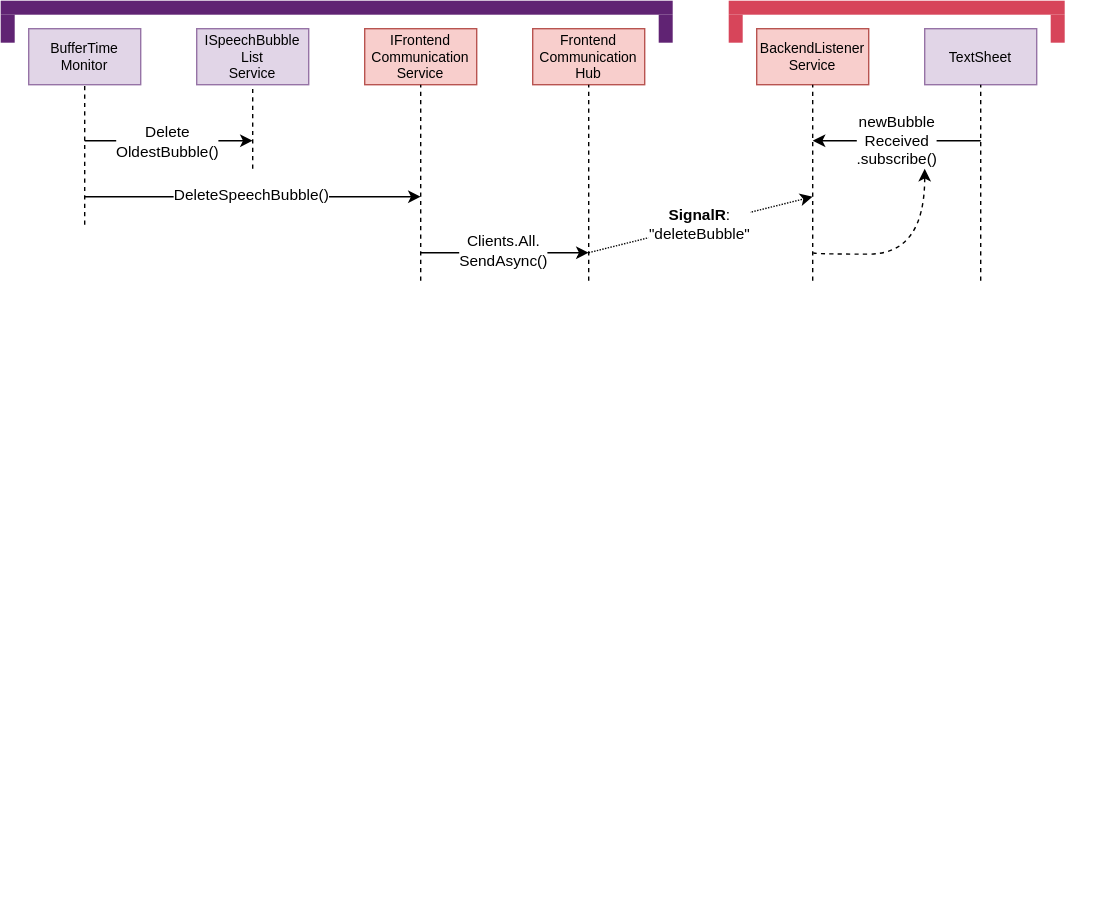
Earlier version of the draw.io export TechnicalDocumentation/arc42/img/Prozess_Subtitle_Export.drawio.svg (Subletic/Documentation). Source tidied: cells renumbered, new cells last; positions are measured from the earlier drawing's top-left corner, leaving out a move shared by most shapes. Source of this version:
```xml
<mxGraphModel>
  <root>
    <mxCell id="0" />
    <mxCell id="1" parent="0" />
    <mxCell id="2" style="rounded=0;whiteSpace=wrap;html=1;strokeColor=none;" parent="1" vertex="1">
      <mxGeometry y="410" width="800" height="240" as="geometry" />
    </mxCell>
    <mxCell id="3" value="BufferTime&lt;br&gt;Monitor" style="rounded=0;whiteSpace=wrap;html=1;fillColor=#e1d5e7;fontSize=10;strokeColor=#9673a6;" parent="1" vertex="1">
      <mxGeometry x="20" y="20" width="80" height="40" as="geometry" />
    </mxCell>
    <mxCell id="4" style="endArrow=none;html=1;rounded=0;dashed=1;entryX=0.5;entryY=1;entryDx=0;entryDy=0;" parent="1" edge="1" target="3">
      <mxGeometry relative="1" as="geometry">
        <mxPoint x="60" y="160" as="sourcePoint" />
      </mxGeometry>
    </mxCell>
    <mxCell id="5" value="ISpeechBubble&lt;br&gt;List&lt;br&gt;Service" style="rounded=0;whiteSpace=wrap;html=1;fillColor=#e1d5e7;fontSize=10;strokeColor=#9673a6;" parent="1" vertex="1">
      <mxGeometry x="140" y="20" width="80" height="40" as="geometry" />
    </mxCell>
    <mxCell id="6" style="endArrow=none;html=1;rounded=0;dashed=1;entryX=0.5;entryY=1;entryDx=0;entryDy=0;" parent="1" edge="1" target="5">
      <mxGeometry relative="1" as="geometry">
        <mxPoint x="180" y="120" as="sourcePoint" />
      </mxGeometry>
    </mxCell>
    <mxCell id="7" style="endArrow=classic;html=1;rounded=0;" parent="1" edge="1">
      <mxGeometry relative="1" as="geometry">
        <mxPoint x="60" y="100" as="sourcePoint" />
        <mxPoint x="180" y="100" as="targetPoint" />
      </mxGeometry>
    </mxCell>
    <mxCell id="8" value="Delete&lt;br&gt;OldestBubble()" style="edgeLabel;html=1;align=center;verticalAlign=middle;" parent="7" vertex="1">
      <mxGeometry x="-0.02" y="-1" relative="1" as="geometry" />
    </mxCell>
    <mxCell id="9" value="IFrontend&lt;br&gt;Communication&lt;br&gt;Service" style="rounded=0;whiteSpace=wrap;html=1;fillColor=#f8cecc;fontSize=10;strokeColor=#b85450;" parent="1" vertex="1">
      <mxGeometry x="260" y="20" width="80" height="40" as="geometry" />
    </mxCell>
    <mxCell id="10" style="endArrow=none;html=1;rounded=0;dashed=1;entryX=0.5;entryY=1;entryDx=0;entryDy=0;" parent="1" edge="1" target="9">
      <mxGeometry relative="1" as="geometry">
        <mxPoint x="300" y="200" as="sourcePoint" />
      </mxGeometry>
    </mxCell>
    <mxCell id="11" style="endArrow=classic;html=1;rounded=0;" parent="1" edge="1">
      <mxGeometry relative="1" as="geometry">
        <mxPoint x="60" y="140" as="sourcePoint" />
        <mxPoint x="300" y="140" as="targetPoint" />
      </mxGeometry>
    </mxCell>
    <mxCell id="12" value="DeleteSpeechBubble()" style="edgeLabel;html=1;align=center;verticalAlign=middle;" parent="11" vertex="1">
      <mxGeometry x="-0.01" y="1" relative="1" as="geometry" />
    </mxCell>
    <mxCell id="13" value="Frontend&lt;br&gt;Communication&lt;br&gt;Hub" style="rounded=0;whiteSpace=wrap;html=1;fillColor=#f8cecc;fontSize=10;strokeColor=#b85450;" parent="1" vertex="1">
      <mxGeometry x="380" y="20" width="80" height="40" as="geometry" />
    </mxCell>
    <mxCell id="14" style="endArrow=none;html=1;rounded=0;dashed=1;entryX=0.5;entryY=1;entryDx=0;entryDy=0;" parent="1" edge="1" target="13">
      <mxGeometry relative="1" as="geometry">
        <mxPoint x="420" y="200" as="sourcePoint" />
      </mxGeometry>
    </mxCell>
    <mxCell id="15" style="endArrow=classic;html=1;rounded=0;" parent="1" edge="1">
      <mxGeometry relative="1" as="geometry">
        <mxPoint x="300" y="180" as="sourcePoint" />
        <mxPoint x="420" y="180" as="targetPoint" />
      </mxGeometry>
    </mxCell>
    <mxCell id="16" value="Clients.All.&lt;br&gt;SendAsync()" style="edgeLabel;html=1;align=center;verticalAlign=middle;" parent="15" vertex="1">
      <mxGeometry x="-0.01" y="1" relative="1" as="geometry" />
    </mxCell>
    <mxCell id="17" value="BackendListener&lt;br&gt;Service" style="rounded=0;whiteSpace=wrap;html=1;fillColor=#f8cecc;fontSize=10;strokeColor=#b85450;" parent="1" vertex="1">
      <mxGeometry x="540" y="20" width="80" height="40" as="geometry" />
    </mxCell>
    <mxCell id="18" style="endArrow=none;html=1;rounded=0;dashed=1;entryX=0.5;entryY=1;entryDx=0;entryDy=0;" parent="1" edge="1" target="17">
      <mxGeometry relative="1" as="geometry">
        <mxPoint x="580" y="200" as="sourcePoint" />
      </mxGeometry>
    </mxCell>
    <mxCell id="19" style="endArrow=classic;html=1;rounded=0;dashed=1;dashPattern=1 1;" parent="1" edge="1">
      <mxGeometry relative="1" as="geometry">
        <mxPoint x="420" y="180" as="sourcePoint" />
        <mxPoint x="580" y="140" as="targetPoint" />
      </mxGeometry>
    </mxCell>
    <mxCell id="20" value="&lt;b&gt;SignalR&lt;/b&gt;:&lt;br&gt;&quot;deleteBubble&quot;" style="edgeLabel;html=1;align=center;verticalAlign=middle;" parent="19" vertex="1">
      <mxGeometry x="-0.01" y="1" relative="1" as="geometry" />
    </mxCell>
    <mxCell id="21" value="TextSheet" style="rounded=0;whiteSpace=wrap;html=1;fillColor=#e1d5e7;fontSize=10;strokeColor=#9673a6;" parent="1" vertex="1">
      <mxGeometry x="660" y="20" width="80" height="40" as="geometry" />
    </mxCell>
    <mxCell id="22" style="endArrow=none;html=1;rounded=0;dashed=1;entryX=0.5;entryY=1;entryDx=0;entryDy=0;" parent="1" edge="1" target="21">
      <mxGeometry relative="1" as="geometry">
        <mxPoint x="700" y="200" as="sourcePoint" />
      </mxGeometry>
    </mxCell>
    <mxCell id="23" style="endArrow=classic;html=1;rounded=0;" parent="1" edge="1">
      <mxGeometry relative="1" as="geometry">
        <mxPoint x="700" y="100" as="sourcePoint" />
        <mxPoint x="580" y="100" as="targetPoint" />
      </mxGeometry>
    </mxCell>
    <mxCell id="24" value="newBubble&lt;br&gt;Received&lt;br&gt;.subscribe()" style="edgeLabel;html=1;align=center;verticalAlign=middle;" parent="23" vertex="1">
      <mxGeometry x="-0.01" y="1" relative="1" as="geometry">
        <mxPoint x="-1" y="-1" as="offset" />
      </mxGeometry>
    </mxCell>
    <mxCell id="25" style="endArrow=classic;html=1;rounded=0;dashed=1;edgeStyle=orthogonalEdgeStyle;curved=1;" parent="1" edge="1">
      <mxGeometry relative="1" as="geometry">
        <mxPoint x="580" y="180" as="sourcePoint" />
        <mxPoint x="660" y="120" as="targetPoint" />
        <Array as="points">
          <mxPoint x="580" y="181" />
          <mxPoint x="660" y="181" />
        </Array>
      </mxGeometry>
    </mxCell>
    <mxCell id="26" style="rounded=0;whiteSpace=wrap;html=1;strokeColor=none;fillColor=#602373;" parent="1" vertex="1">
      <mxGeometry y="10" width="10" height="20" as="geometry" />
    </mxCell>
    <mxCell id="27" style="rounded=0;whiteSpace=wrap;html=1;strokeColor=none;fillColor=#602373;" parent="1" vertex="1">
      <mxGeometry width="480" height="10" as="geometry" />
    </mxCell>
    <mxCell id="28" style="rounded=0;whiteSpace=wrap;html=1;strokeColor=none;fillColor=#602373;" parent="1" vertex="1">
      <mxGeometry x="470" y="10" width="10" height="20" as="geometry" />
    </mxCell>
    <mxCell id="29" style="rounded=0;whiteSpace=wrap;html=1;strokeColor=none;fillColor=#d7455a;" parent="1" vertex="1">
      <mxGeometry x="520" y="10" width="10" height="20" as="geometry" />
    </mxCell>
    <mxCell id="30" style="rounded=0;whiteSpace=wrap;html=1;strokeColor=none;fillColor=#d7455a;" parent="1" vertex="1">
      <mxGeometry x="520" width="240" height="10" as="geometry" />
    </mxCell>
    <mxCell id="31" style="rounded=0;whiteSpace=wrap;html=1;strokeColor=none;fillColor=#d7455a;" parent="1" vertex="1">
      <mxGeometry x="750" y="10" width="10" height="20" as="geometry" />
    </mxCell>
  </root>
</mxGraphModel>
```
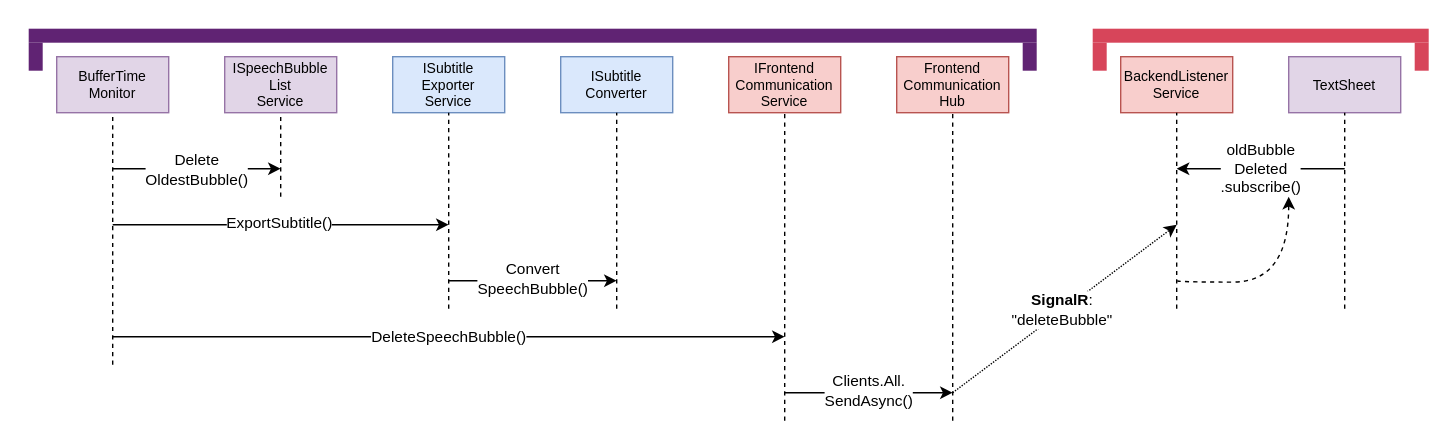
Above is the later version.

What changed in the source:
```diff
@@ -3,28 +3,28 @@
     <mxCell id="0" />
     <mxCell id="1" parent="0" />
     <mxCell id="2" style="rounded=0;whiteSpace=wrap;html=1;strokeColor=none;" parent="1" vertex="1">
-      <mxGeometry y="410" width="800" height="240" as="geometry" />
+      <mxGeometry x="-260" y="-20" width="1040" height="320" as="geometry" />
     </mxCell>
     <mxCell id="3" value="BufferTime&lt;br&gt;Monitor" style="rounded=0;whiteSpace=wrap;html=1;fillColor=#e1d5e7;fontSize=10;strokeColor=#9673a6;" parent="1" vertex="1">
-      <mxGeometry x="20" y="20" width="80" height="40" as="geometry" />
+      <mxGeometry x="-220" y="20" width="80" height="40" as="geometry" />
     </mxCell>
     <mxCell id="4" style="endArrow=none;html=1;rounded=0;dashed=1;entryX=0.5;entryY=1;entryDx=0;entryDy=0;" parent="1" edge="1" target="3">
       <mxGeometry relative="1" as="geometry">
-        <mxPoint x="60" y="160" as="sourcePoint" />
+        <mxPoint x="-180" y="240" as="sourcePoint" />
       </mxGeometry>
     </mxCell>
     <mxCell id="5" value="ISpeechBubble&lt;br&gt;List&lt;br&gt;Service" style="rounded=0;whiteSpace=wrap;html=1;fillColor=#e1d5e7;fontSize=10;strokeColor=#9673a6;" parent="1" vertex="1">
-      <mxGeometry x="140" y="20" width="80" height="40" as="geometry" />
+      <mxGeometry x="-100" y="20" width="80" height="40" as="geometry" />
     </mxCell>
     <mxCell id="6" style="endArrow=none;html=1;rounded=0;dashed=1;entryX=0.5;entryY=1;entryDx=0;entryDy=0;" parent="1" edge="1" target="5">
       <mxGeometry relative="1" as="geometry">
-        <mxPoint x="180" y="120" as="sourcePoint" />
+        <mxPoint x="-60" y="120" as="sourcePoint" />
       </mxGeometry>
     </mxCell>
     <mxCell id="7" style="endArrow=classic;html=1;rounded=0;" parent="1" edge="1">
       <mxGeometry relative="1" as="geometry">
-        <mxPoint x="60" y="100" as="sourcePoint" />
-        <mxPoint x="180" y="100" as="targetPoint" />
+        <mxPoint x="-180" y="100" as="sourcePoint" />
+        <mxPoint x="-60" y="100" as="targetPoint" />
       </mxGeometry>
     </mxCell>
     <mxCell id="8" value="Delete&lt;br&gt;OldestBubble()" style="edgeLabel;html=1;align=center;verticalAlign=middle;" parent="7" vertex="1">
@@ -35,30 +35,32 @@
     </mxCell>
     <mxCell id="10" style="endArrow=none;html=1;rounded=0;dashed=1;entryX=0.5;entryY=1;entryDx=0;entryDy=0;" parent="1" edge="1" target="9">
       <mxGeometry relative="1" as="geometry">
-        <mxPoint x="300" y="200" as="sourcePoint" />
+        <mxPoint x="300" y="280" as="sourcePoint" />
       </mxGeometry>
     </mxCell>
     <mxCell id="11" style="endArrow=classic;html=1;rounded=0;" parent="1" edge="1">
       <mxGeometry relative="1" as="geometry">
-        <mxPoint x="60" y="140" as="sourcePoint" />
-        <mxPoint x="300" y="140" as="targetPoint" />
+        <mxPoint x="-180" y="220" as="sourcePoint" />
+        <mxPoint x="300" y="220" as="targetPoint" />
       </mxGeometry>
     </mxCell>
     <mxCell id="12" value="DeleteSpeechBubble()" style="edgeLabel;html=1;align=center;verticalAlign=middle;" parent="11" vertex="1">
-      <mxGeometry x="-0.01" y="1" relative="1" as="geometry" />
+      <mxGeometry x="-0.01" y="1" relative="1" as="geometry">
+        <mxPoint x="3" y="1" as="offset" />
+      </mxGeometry>
     </mxCell>
     <mxCell id="13" value="Frontend&lt;br&gt;Communication&lt;br&gt;Hub" style="rounded=0;whiteSpace=wrap;html=1;fillColor=#f8cecc;fontSize=10;strokeColor=#b85450;" parent="1" vertex="1">
       <mxGeometry x="380" y="20" width="80" height="40" as="geometry" />
     </mxCell>
     <mxCell id="14" style="endArrow=none;html=1;rounded=0;dashed=1;entryX=0.5;entryY=1;entryDx=0;entryDy=0;" parent="1" edge="1" target="13">
       <mxGeometry relative="1" as="geometry">
-        <mxPoint x="420" y="200" as="sourcePoint" />
+        <mxPoint x="420" y="280" as="sourcePoint" />
       </mxGeometry>
     </mxCell>
     <mxCell id="15" style="endArrow=classic;html=1;rounded=0;" parent="1" edge="1">
       <mxGeometry relative="1" as="geometry">
-        <mxPoint x="300" y="180" as="sourcePoint" />
-        <mxPoint x="420" y="180" as="targetPoint" />
+        <mxPoint x="300" y="260" as="sourcePoint" />
+        <mxPoint x="420" y="260" as="targetPoint" />
       </mxGeometry>
     </mxCell>
     <mxCell id="16" value="Clients.All.&lt;br&gt;SendAsync()" style="edgeLabel;html=1;align=center;verticalAlign=middle;" parent="15" vertex="1">
@@ -74,7 +76,7 @@
     </mxCell>
     <mxCell id="19" style="endArrow=classic;html=1;rounded=0;dashed=1;dashPattern=1 1;" parent="1" edge="1">
       <mxGeometry relative="1" as="geometry">
-        <mxPoint x="420" y="180" as="sourcePoint" />
+        <mxPoint x="420" y="260" as="sourcePoint" />
         <mxPoint x="580" y="140" as="targetPoint" />
       </mxGeometry>
     </mxCell>
@@ -95,7 +97,7 @@
         <mxPoint x="580" y="100" as="targetPoint" />
       </mxGeometry>
     </mxCell>
-    <mxCell id="24" value="newBubble&lt;br&gt;Received&lt;br&gt;.subscribe()" style="edgeLabel;html=1;align=center;verticalAlign=middle;" parent="23" vertex="1">
+    <mxCell id="24" value="oldBubble&lt;br&gt;Deleted&lt;br&gt;.subscribe()" style="edgeLabel;html=1;align=center;verticalAlign=middle;" parent="23" vertex="1">
       <mxGeometry x="-0.01" y="1" relative="1" as="geometry">
         <mxPoint x="-1" y="-1" as="offset" />
       </mxGeometry>
@@ -111,10 +113,10 @@
       </mxGeometry>
     </mxCell>
     <mxCell id="26" style="rounded=0;whiteSpace=wrap;html=1;strokeColor=none;fillColor=#602373;" parent="1" vertex="1">
-      <mxGeometry y="10" width="10" height="20" as="geometry" />
+      <mxGeometry x="-240" y="10" width="10" height="20" as="geometry" />
     </mxCell>
     <mxCell id="27" style="rounded=0;whiteSpace=wrap;html=1;strokeColor=none;fillColor=#602373;" parent="1" vertex="1">
-      <mxGeometry width="480" height="10" as="geometry" />
+      <mxGeometry x="-240" width="720" height="10" as="geometry" />
     </mxCell>
     <mxCell id="28" style="rounded=0;whiteSpace=wrap;html=1;strokeColor=none;fillColor=#602373;" parent="1" vertex="1">
       <mxGeometry x="470" y="10" width="10" height="20" as="geometry" />
@@ -128,5 +130,39 @@
     <mxCell id="31" style="rounded=0;whiteSpace=wrap;html=1;strokeColor=none;fillColor=#d7455a;" parent="1" vertex="1">
       <mxGeometry x="750" y="10" width="10" height="20" as="geometry" />
     </mxCell>
+    <mxCell id="32" value="ISubtitle&lt;br&gt;Exporter&lt;br&gt;Service" style="rounded=0;whiteSpace=wrap;html=1;fillColor=#dae8fc;fontSize=10;strokeColor=#6c8ebf;" parent="1" vertex="1">
+      <mxGeometry x="20" y="20" width="80" height="40" as="geometry" />
+    </mxCell>
+    <mxCell id="33" style="endArrow=none;html=1;rounded=0;dashed=1;entryX=0.5;entryY=1;entryDx=0;entryDy=0;" parent="1" edge="1" target="32">
+      <mxGeometry relative="1" as="geometry">
+        <mxPoint x="60" y="200" as="sourcePoint" />
+      </mxGeometry>
+    </mxCell>
+    <mxCell id="34" style="endArrow=classic;html=1;rounded=0;" parent="1" edge="1">
+      <mxGeometry relative="1" as="geometry">
+        <mxPoint x="-180" y="140" as="sourcePoint" />
+        <mxPoint x="60" y="140" as="targetPoint" />
+      </mxGeometry>
+    </mxCell>
+    <mxCell id="35" value="ExportSubtitle()" style="edgeLabel;html=1;align=center;verticalAlign=middle;" parent="34" vertex="1">
+      <mxGeometry x="-0.01" y="1" relative="1" as="geometry" />
+    </mxCell>
+    <mxCell id="36" value="ISubtitle&lt;br&gt;Converter" style="rounded=0;whiteSpace=wrap;html=1;fillColor=#dae8fc;fontSize=10;strokeColor=#6c8ebf;" parent="1" vertex="1">
+      <mxGeometry x="140" y="20" width="80" height="40" as="geometry" />
+    </mxCell>
+    <mxCell id="37" style="endArrow=none;html=1;rounded=0;dashed=1;entryX=0.5;entryY=1;entryDx=0;entryDy=0;" parent="1" edge="1" target="36">
+      <mxGeometry relative="1" as="geometry">
+        <mxPoint x="180" y="200" as="sourcePoint" />
+      </mxGeometry>
+    </mxCell>
+    <mxCell id="38" style="endArrow=classic;html=1;rounded=0;" parent="1" edge="1">
+      <mxGeometry relative="1" as="geometry">
+        <mxPoint x="60" y="180" as="sourcePoint" />
+        <mxPoint x="180" y="180" as="targetPoint" />
+      </mxGeometry>
+    </mxCell>
+    <mxCell id="39" value="Convert&lt;br&gt;SpeechBubble()" style="edgeLabel;html=1;align=center;verticalAlign=middle;" parent="38" vertex="1">
+      <mxGeometry x="-0.01" y="1" relative="1" as="geometry" />
+    </mxCell>
   </root>
 </mxGraphModel>
```
